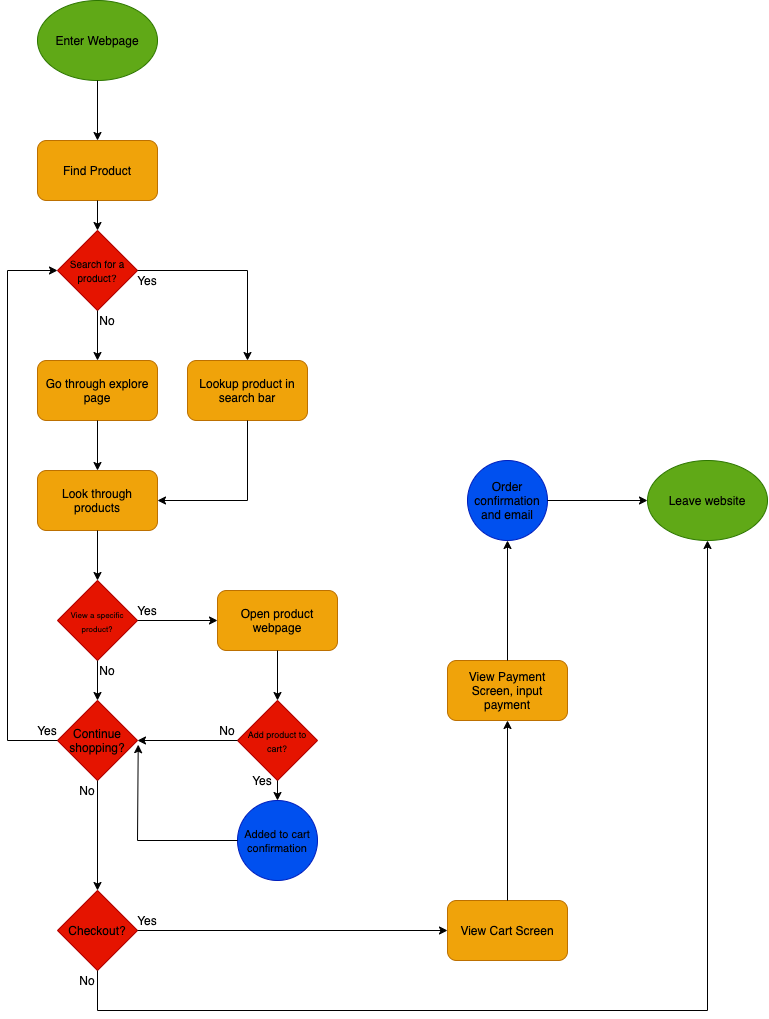
Above: part2/part2.drawio.png in anuragasthana/cse110-lab4 (draw.io), before the change. Source tidied: cells renumbered, new cells last; positions are measured from the earlier drawing's top-left corner, leaving out a move shared by most shapes.
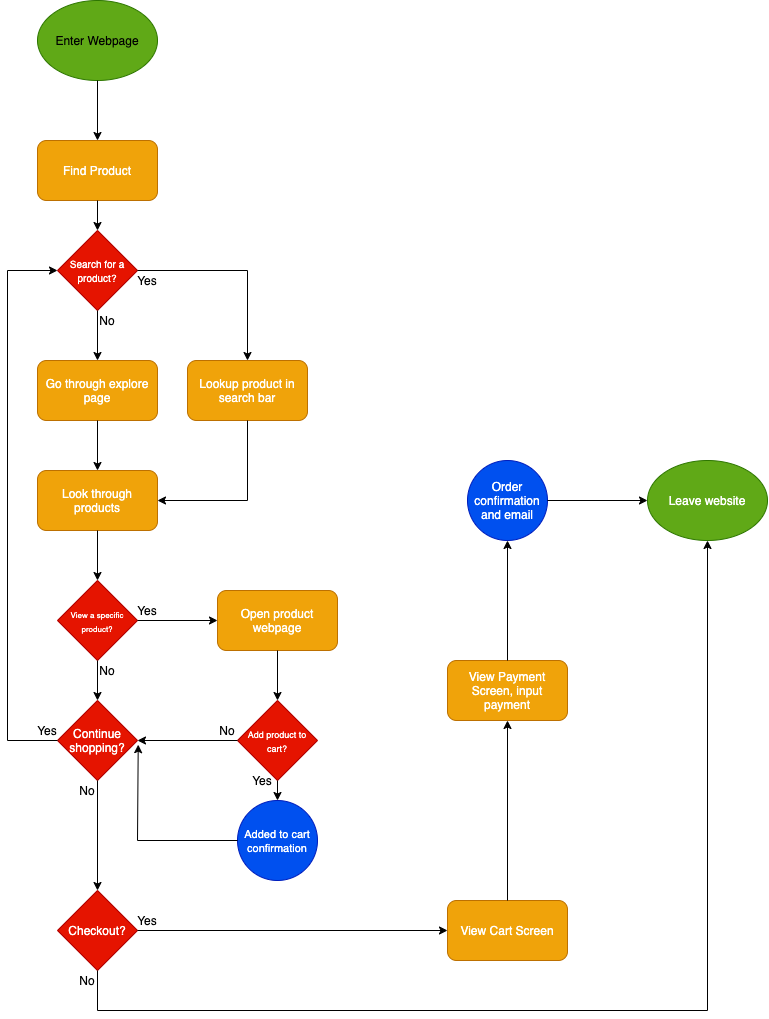
After the change.

What changed in the source:
```diff
@@ -5,81 +5,81 @@
     <mxCell id="2" value="&lt;font color=&quot;#000000&quot;&gt;Enter Webpage&lt;/font&gt;" style="ellipse;whiteSpace=wrap;html=1;fillColor=#60a917;strokeColor=#2D7600;fontColor=#ffffff;" parent="1" vertex="1">
       <mxGeometry x="30" width="120" height="80" as="geometry" />
     </mxCell>
-    <mxCell id="3" style="endArrow=classic;html=1;entryX=0.5;entryY=0;entryDx=0;entryDy=0;exitX=0.5;exitY=1;exitDx=0;exitDy=0;fontColor=#000000;" parent="1" edge="1" source="2" target="4">
+    <mxCell id="3" style="endArrow=classic;html=1;entryX=0.5;entryY=0;entryDx=0;entryDy=0;exitX=0.5;exitY=1;exitDx=0;exitDy=0;fontColor=#FFFFFF;" parent="1" edge="1" source="2" target="4">
       <mxGeometry relative="1" as="geometry" />
     </mxCell>
-    <mxCell id="4" value="Find Product" style="rounded=1;whiteSpace=wrap;html=1;fillColor=#f0a30a;strokeColor=#BD7000;fontColor=#000000;" parent="1" vertex="1">
+    <mxCell id="4" value="Find Product" style="rounded=1;whiteSpace=wrap;html=1;fillColor=#f0a30a;strokeColor=#BD7000;fontColor=#FFFFFF;" parent="1" vertex="1">
       <mxGeometry x="30" y="140" width="120" height="60" as="geometry" />
     </mxCell>
-    <mxCell id="5" value="&lt;span style=&quot;font-size: 10px&quot;&gt;Search for a product?&lt;/span&gt;" style="rhombus;whiteSpace=wrap;html=1;fillColor=#e51400;strokeColor=#B20000;fontColor=#000000;" parent="1" vertex="1">
+    <mxCell id="5" value="&lt;span style=&quot;font-size: 10px&quot;&gt;Search for a product?&lt;/span&gt;" style="rhombus;whiteSpace=wrap;html=1;fillColor=#e51400;strokeColor=#B20000;fontColor=#FFFFFF;" parent="1" vertex="1">
       <mxGeometry x="50" y="230" width="80" height="80" as="geometry" />
     </mxCell>
-    <mxCell id="6" style="endArrow=classic;html=1;exitX=0.5;exitY=1;exitDx=0;exitDy=0;entryX=0.5;entryY=0;entryDx=0;entryDy=0;fontColor=#000000;" parent="1" edge="1" source="4" target="5">
+    <mxCell id="6" style="endArrow=classic;html=1;exitX=0.5;exitY=1;exitDx=0;exitDy=0;entryX=0.5;entryY=0;entryDx=0;entryDy=0;fontColor=#FFFFFF;" parent="1" edge="1" source="4" target="5">
       <mxGeometry relative="1" as="geometry" />
     </mxCell>
-    <mxCell id="7" value="Go through explore page" style="rounded=1;whiteSpace=wrap;html=1;fillColor=#f0a30a;strokeColor=#BD7000;fontColor=#000000;" parent="1" vertex="1">
+    <mxCell id="7" value="Go through explore page" style="rounded=1;whiteSpace=wrap;html=1;fillColor=#f0a30a;strokeColor=#BD7000;fontColor=#FFFFFF;" parent="1" vertex="1">
       <mxGeometry x="30" y="360" width="120" height="60" as="geometry" />
     </mxCell>
-    <mxCell id="8" style="endArrow=classic;html=1;exitX=0.5;exitY=1;exitDx=0;exitDy=0;entryX=0.5;entryY=0;entryDx=0;entryDy=0;fontColor=#000000;" parent="1" edge="1" source="5" target="7">
+    <mxCell id="8" style="endArrow=classic;html=1;exitX=0.5;exitY=1;exitDx=0;exitDy=0;entryX=0.5;entryY=0;entryDx=0;entryDy=0;fontColor=#FFFFFF;" parent="1" edge="1" source="5" target="7">
       <mxGeometry relative="1" as="geometry" />
     </mxCell>
-    <mxCell id="9" value="No" style="text;html=1;strokeColor=none;fillColor=none;align=center;verticalAlign=middle;whiteSpace=wrap;rounded=0;fontColor=#000000;" parent="1" vertex="1">
+    <mxCell id="9" value="&lt;font color=&quot;#000000&quot;&gt;No&lt;/font&gt;" style="text;html=1;strokeColor=none;fillColor=none;align=center;verticalAlign=middle;whiteSpace=wrap;rounded=0;fontColor=#FFFFFF;" parent="1" vertex="1">
       <mxGeometry x="80" y="310" width="40" height="20" as="geometry" />
     </mxCell>
-    <mxCell id="10" value="Lookup product in search bar" style="rounded=1;whiteSpace=wrap;html=1;fillColor=#f0a30a;strokeColor=#BD7000;fontColor=#000000;" parent="1" vertex="1">
+    <mxCell id="10" value="Lookup product in search bar" style="rounded=1;whiteSpace=wrap;html=1;fillColor=#f0a30a;strokeColor=#BD7000;fontColor=#FFFFFF;" parent="1" vertex="1">
       <mxGeometry x="180" y="360" width="120" height="60" as="geometry" />
     </mxCell>
-    <mxCell id="11" style="endArrow=classic;html=1;entryX=0.5;entryY=0;entryDx=0;entryDy=0;fontColor=#000000;" parent="1" edge="1" target="10">
+    <mxCell id="11" style="endArrow=classic;html=1;entryX=0.5;entryY=0;entryDx=0;entryDy=0;fontColor=#FFFFFF;" parent="1" edge="1" target="10">
       <mxGeometry relative="1" as="geometry">
         <mxPoint x="240" y="270" as="sourcePoint" />
       </mxGeometry>
     </mxCell>
-    <mxCell id="12" style="endArrow=none;html=1;exitX=1;exitY=0.5;exitDx=0;exitDy=0;fontColor=#000000;" parent="1" edge="1" source="5">
+    <mxCell id="12" style="endArrow=none;html=1;exitX=1;exitY=0.5;exitDx=0;exitDy=0;fontColor=#FFFFFF;" parent="1" edge="1" source="5">
       <mxGeometry relative="1" as="geometry">
         <mxPoint x="240" y="270" as="targetPoint" />
       </mxGeometry>
     </mxCell>
-    <mxCell id="13" value="Yes" style="text;html=1;strokeColor=none;fillColor=none;align=center;verticalAlign=middle;whiteSpace=wrap;rounded=0;fontColor=#000000;" parent="1" vertex="1">
+    <mxCell id="13" value="&lt;font color=&quot;#000000&quot;&gt;Yes&lt;/font&gt;" style="text;html=1;strokeColor=none;fillColor=none;align=center;verticalAlign=middle;whiteSpace=wrap;rounded=0;fontColor=#FFFFFF;" parent="1" vertex="1">
       <mxGeometry x="120" y="270" width="40" height="20" as="geometry" />
     </mxCell>
-    <mxCell id="14" value="Look through products" style="rounded=1;whiteSpace=wrap;html=1;fillColor=#f0a30a;strokeColor=#BD7000;fontColor=#000000;" parent="1" vertex="1">
+    <mxCell id="14" value="Look through products" style="rounded=1;whiteSpace=wrap;html=1;fillColor=#f0a30a;strokeColor=#BD7000;fontColor=#FFFFFF;" parent="1" vertex="1">
       <mxGeometry x="30" y="470" width="120" height="60" as="geometry" />
     </mxCell>
-    <mxCell id="15" style="endArrow=classic;html=1;exitX=0.5;exitY=1;exitDx=0;exitDy=0;entryX=0.5;entryY=0;entryDx=0;entryDy=0;fontColor=#000000;" parent="1" edge="1" source="7" target="14">
+    <mxCell id="15" style="endArrow=classic;html=1;exitX=0.5;exitY=1;exitDx=0;exitDy=0;entryX=0.5;entryY=0;entryDx=0;entryDy=0;fontColor=#FFFFFF;" parent="1" edge="1" source="7" target="14">
       <mxGeometry relative="1" as="geometry" />
     </mxCell>
-    <mxCell id="16" style="endArrow=classic;html=1;entryX=1;entryY=0.5;entryDx=0;entryDy=0;fontColor=#000000;" parent="1" edge="1" target="14">
+    <mxCell id="16" style="endArrow=classic;html=1;entryX=1;entryY=0.5;entryDx=0;entryDy=0;fontColor=#FFFFFF;" parent="1" edge="1" target="14">
       <mxGeometry relative="1" as="geometry">
         <mxPoint x="240" y="500" as="sourcePoint" />
       </mxGeometry>
     </mxCell>
-    <mxCell id="17" style="endArrow=none;html=1;entryX=0.5;entryY=1;entryDx=0;entryDy=0;fontColor=#000000;" parent="1" edge="1" target="10">
+    <mxCell id="17" style="endArrow=none;html=1;entryX=0.5;entryY=1;entryDx=0;entryDy=0;fontColor=#FFFFFF;" parent="1" edge="1" target="10">
       <mxGeometry relative="1" as="geometry">
         <mxPoint x="240" y="500" as="sourcePoint" />
       </mxGeometry>
     </mxCell>
-    <mxCell id="18" value="&lt;font style=&quot;font-size: 8px&quot;&gt;View a specific product?&lt;/font&gt;" style="rhombus;whiteSpace=wrap;html=1;fillColor=#e51400;strokeColor=#B20000;fontColor=#000000;" parent="1" vertex="1">
+    <mxCell id="18" value="&lt;font style=&quot;font-size: 8px&quot;&gt;View a specific product?&lt;/font&gt;" style="rhombus;whiteSpace=wrap;html=1;fillColor=#e51400;strokeColor=#B20000;fontColor=#FFFFFF;" parent="1" vertex="1">
       <mxGeometry x="50" y="580" width="80" height="80" as="geometry" />
     </mxCell>
-    <mxCell id="19" style="endArrow=classic;html=1;exitX=0.5;exitY=1;exitDx=0;exitDy=0;entryX=0.5;entryY=0;entryDx=0;entryDy=0;fontColor=#000000;" parent="1" edge="1" source="14" target="18">
+    <mxCell id="19" style="endArrow=classic;html=1;exitX=0.5;exitY=1;exitDx=0;exitDy=0;entryX=0.5;entryY=0;entryDx=0;entryDy=0;fontColor=#FFFFFF;" parent="1" edge="1" source="14" target="18">
       <mxGeometry relative="1" as="geometry" />
     </mxCell>
-    <mxCell id="20" value="Continue shopping?" style="rhombus;whiteSpace=wrap;html=1;fillColor=#e51400;strokeColor=#B20000;fontColor=#000000;" parent="1" vertex="1">
+    <mxCell id="20" value="Continue shopping?" style="rhombus;whiteSpace=wrap;html=1;fillColor=#e51400;strokeColor=#B20000;fontColor=#FFFFFF;" parent="1" vertex="1">
       <mxGeometry x="50" y="700" width="80" height="80" as="geometry" />
     </mxCell>
-    <mxCell id="21" style="endArrow=classic;html=1;exitX=0.5;exitY=1;exitDx=0;exitDy=0;entryX=0.5;entryY=0;entryDx=0;entryDy=0;fontColor=#000000;" parent="1" edge="1" source="18" target="20">
+    <mxCell id="21" style="endArrow=classic;html=1;exitX=0.5;exitY=1;exitDx=0;exitDy=0;entryX=0.5;entryY=0;entryDx=0;entryDy=0;fontColor=#FFFFFF;" parent="1" edge="1" source="18" target="20">
       <mxGeometry relative="1" as="geometry" />
     </mxCell>
-    <mxCell id="22" value="No" style="text;html=1;strokeColor=none;fillColor=none;align=center;verticalAlign=middle;whiteSpace=wrap;rounded=0;fontColor=#000000;" parent="1" vertex="1">
+    <mxCell id="22" value="&lt;font color=&quot;#000000&quot;&gt;No&lt;/font&gt;" style="text;html=1;strokeColor=none;fillColor=none;align=center;verticalAlign=middle;whiteSpace=wrap;rounded=0;fontColor=#FFFFFF;" parent="1" vertex="1">
       <mxGeometry x="80" y="660" width="40" height="20" as="geometry" />
     </mxCell>
-    <mxCell id="23" style="endArrow=none;html=1;fontColor=#000000;" parent="1" edge="1">
+    <mxCell id="23" style="endArrow=none;html=1;fontColor=#FFFFFF;" parent="1" edge="1">
       <mxGeometry relative="1" as="geometry">
         <mxPoint y="270" as="sourcePoint" />
         <mxPoint y="740" as="targetPoint" />
       </mxGeometry>
     </mxCell>
-    <mxCell id="24" style="endArrow=none;html=1;entryX=0;entryY=0.5;entryDx=0;entryDy=0;fontColor=#000000;" parent="1" edge="1" target="20">
+    <mxCell id="24" style="endArrow=none;html=1;entryX=0;entryY=0.5;entryDx=0;entryDy=0;fontColor=#FFFFFF;" parent="1" edge="1" target="20">
       <mxGeometry relative="1" as="geometry">
         <mxPoint y="740" as="sourcePoint" />
       </mxGeometry>
@@ -87,75 +87,75 @@
     <mxCell id="25" value="Yes" style="text;html=1;strokeColor=none;fillColor=none;align=center;verticalAlign=middle;whiteSpace=wrap;rounded=0;fontColor=#000000;" parent="1" vertex="1">
       <mxGeometry x="20" y="720" width="40" height="20" as="geometry" />
     </mxCell>
-    <mxCell id="26" value="Open product webpage" style="rounded=1;whiteSpace=wrap;html=1;fillColor=#f0a30a;strokeColor=#BD7000;fontColor=#000000;" parent="1" vertex="1">
+    <mxCell id="26" value="Open product webpage" style="rounded=1;whiteSpace=wrap;html=1;fillColor=#f0a30a;strokeColor=#BD7000;fontColor=#FFFFFF;" parent="1" vertex="1">
       <mxGeometry x="210" y="590" width="120" height="60" as="geometry" />
     </mxCell>
-    <mxCell id="27" style="endArrow=classic;html=1;exitX=1;exitY=0.5;exitDx=0;exitDy=0;entryX=0;entryY=0.5;entryDx=0;entryDy=0;fontColor=#000000;" parent="1" edge="1" source="18" target="26">
+    <mxCell id="27" style="endArrow=classic;html=1;exitX=1;exitY=0.5;exitDx=0;exitDy=0;entryX=0;entryY=0.5;entryDx=0;entryDy=0;fontColor=#FFFFFF;" parent="1" edge="1" source="18" target="26">
       <mxGeometry relative="1" as="geometry" />
     </mxCell>
     <mxCell id="28" value="Yes" style="text;html=1;strokeColor=none;fillColor=none;align=center;verticalAlign=middle;whiteSpace=wrap;rounded=0;fontColor=#000000;" parent="1" vertex="1">
       <mxGeometry x="120" y="600" width="40" height="20" as="geometry" />
     </mxCell>
-    <mxCell id="29" style="endArrow=classic;html=1;exitX=0.5;exitY=1;exitDx=0;exitDy=0;fontColor=#000000;" parent="1" edge="1" source="26" target="30">
+    <mxCell id="29" style="endArrow=classic;html=1;exitX=0.5;exitY=1;exitDx=0;exitDy=0;fontColor=#FFFFFF;" parent="1" edge="1" source="26" target="30">
       <mxGeometry relative="1" as="geometry" />
     </mxCell>
-    <mxCell id="30" value="&lt;font style=&quot;font-size: 9px&quot;&gt;Add product to cart?&lt;/font&gt;" style="rhombus;whiteSpace=wrap;html=1;fillColor=#e51400;strokeColor=#B20000;fontColor=#000000;" parent="1" vertex="1">
+    <mxCell id="30" value="&lt;font style=&quot;font-size: 9px&quot;&gt;Add product to cart?&lt;/font&gt;" style="rhombus;whiteSpace=wrap;html=1;fillColor=#e51400;strokeColor=#B20000;fontColor=#FFFFFF;" parent="1" vertex="1">
       <mxGeometry x="230" y="700" width="80" height="80" as="geometry" />
     </mxCell>
-    <mxCell id="31" style="endArrow=classic;html=1;entryX=0;entryY=0.5;entryDx=0;entryDy=0;fontColor=#000000;" parent="1" edge="1" target="5">
+    <mxCell id="31" style="endArrow=classic;html=1;entryX=0;entryY=0.5;entryDx=0;entryDy=0;fontColor=#FFFFFF;" parent="1" edge="1" target="5">
       <mxGeometry relative="1" as="geometry">
         <mxPoint y="270" as="sourcePoint" />
       </mxGeometry>
     </mxCell>
-    <mxCell id="32" style="endArrow=classic;html=1;exitX=0;exitY=0.5;exitDx=0;exitDy=0;entryX=1;entryY=0.5;entryDx=0;entryDy=0;fontColor=#000000;" parent="1" edge="1" source="30" target="20">
+    <mxCell id="32" style="endArrow=classic;html=1;exitX=0;exitY=0.5;exitDx=0;exitDy=0;entryX=1;entryY=0.5;entryDx=0;entryDy=0;fontColor=#FFFFFF;" parent="1" edge="1" source="30" target="20">
       <mxGeometry relative="1" as="geometry" />
     </mxCell>
     <mxCell id="33" value="No" style="text;html=1;strokeColor=none;fillColor=none;align=center;verticalAlign=middle;whiteSpace=wrap;rounded=0;fontColor=#000000;" parent="1" vertex="1">
       <mxGeometry x="200" y="720" width="40" height="20" as="geometry" />
     </mxCell>
-    <mxCell id="34" value="&lt;font style=&quot;font-size: 11px&quot;&gt;Added to cart confirmation&lt;/font&gt;" style="ellipse;whiteSpace=wrap;html=1;fillColor=#0050ef;strokeColor=#001DBC;fontColor=#000000;" parent="1" vertex="1">
+    <mxCell id="34" value="&lt;font style=&quot;font-size: 11px&quot;&gt;Added to cart confirmation&lt;/font&gt;" style="ellipse;whiteSpace=wrap;html=1;fillColor=#0050ef;strokeColor=#001DBC;fontColor=#FFFFFF;" parent="1" vertex="1">
       <mxGeometry x="230" y="800" width="80" height="80" as="geometry" />
     </mxCell>
-    <mxCell id="35" style="endArrow=classic;html=1;exitX=0.5;exitY=1;exitDx=0;exitDy=0;entryX=0.5;entryY=0;entryDx=0;entryDy=0;fontColor=#000000;" parent="1" edge="1" source="30" target="34">
+    <mxCell id="35" style="endArrow=classic;html=1;exitX=0.5;exitY=1;exitDx=0;exitDy=0;entryX=0.5;entryY=0;entryDx=0;entryDy=0;fontColor=#FFFFFF;" parent="1" edge="1" source="30" target="34">
       <mxGeometry relative="1" as="geometry" />
     </mxCell>
     <mxCell id="36" value="Yes" style="text;html=1;strokeColor=none;fillColor=none;align=center;verticalAlign=middle;whiteSpace=wrap;rounded=0;fontColor=#000000;" parent="1" vertex="1">
       <mxGeometry x="235" y="770" width="40" height="20" as="geometry" />
     </mxCell>
-    <mxCell id="37" style="endArrow=none;html=1;entryX=0;entryY=0.5;entryDx=0;entryDy=0;fontColor=#000000;" parent="1" edge="1" target="34">
+    <mxCell id="37" style="endArrow=none;html=1;entryX=0;entryY=0.5;entryDx=0;entryDy=0;fontColor=#FFFFFF;" parent="1" edge="1" target="34">
       <mxGeometry relative="1" as="geometry">
         <mxPoint x="130" y="840" as="sourcePoint" />
       </mxGeometry>
     </mxCell>
-    <mxCell id="38" style="endArrow=classic;html=1;entryX=1.009;entryY=0.552;entryDx=0;entryDy=0;entryPerimeter=0;fontColor=#000000;" parent="1" edge="1" target="20">
+    <mxCell id="38" style="endArrow=classic;html=1;entryX=1.009;entryY=0.552;entryDx=0;entryDy=0;entryPerimeter=0;fontColor=#FFFFFF;" parent="1" edge="1" target="20">
       <mxGeometry relative="1" as="geometry">
         <mxPoint x="130" y="840" as="sourcePoint" />
       </mxGeometry>
     </mxCell>
-    <mxCell id="39" value="Checkout?" style="rhombus;whiteSpace=wrap;html=1;fillColor=#e51400;strokeColor=#B20000;fontColor=#000000;" parent="1" vertex="1">
+    <mxCell id="39" value="Checkout?" style="rhombus;whiteSpace=wrap;html=1;fillColor=#e51400;strokeColor=#B20000;fontColor=#FFFFFF;" parent="1" vertex="1">
       <mxGeometry x="50" y="890" width="80" height="80" as="geometry" />
     </mxCell>
-    <mxCell id="40" style="endArrow=classic;html=1;exitX=0.75;exitY=0;exitDx=0;exitDy=0;entryX=0.5;entryY=0;entryDx=0;entryDy=0;fontColor=#000000;" parent="1" edge="1" source="41" target="39">
+    <mxCell id="40" style="endArrow=classic;html=1;exitX=0.75;exitY=0;exitDx=0;exitDy=0;entryX=0.5;entryY=0;entryDx=0;entryDy=0;fontColor=#FFFFFF;" parent="1" edge="1" source="41" target="39">
       <mxGeometry relative="1" as="geometry" />
     </mxCell>
     <mxCell id="41" value="No" style="text;html=1;strokeColor=none;fillColor=none;align=center;verticalAlign=middle;whiteSpace=wrap;rounded=0;fontColor=#000000;" parent="1" vertex="1">
       <mxGeometry x="60" y="780" width="40" height="20" as="geometry" />
     </mxCell>
-    <mxCell id="42" value="Leave website" style="ellipse;whiteSpace=wrap;html=1;fillColor=#60a917;strokeColor=#2D7600;fontColor=#000000;" parent="1" vertex="1">
+    <mxCell id="42" value="Leave website" style="ellipse;whiteSpace=wrap;html=1;fillColor=#60a917;strokeColor=#2D7600;fontColor=#FFFFFF;" parent="1" vertex="1">
       <mxGeometry x="640" y="460" width="120" height="80" as="geometry" />
     </mxCell>
-    <mxCell id="43" style="endArrow=classic;html=1;entryX=0.5;entryY=1;entryDx=0;entryDy=0;fontColor=#000000;" parent="1" edge="1" target="42">
+    <mxCell id="43" style="endArrow=classic;html=1;entryX=0.5;entryY=1;entryDx=0;entryDy=0;fontColor=#FFFFFF;" parent="1" edge="1" target="42">
       <mxGeometry relative="1" as="geometry">
         <mxPoint x="700" y="1010" as="sourcePoint" />
       </mxGeometry>
     </mxCell>
-    <mxCell id="44" style="endArrow=none;html=1;fontColor=#000000;" parent="1" edge="1">
+    <mxCell id="44" style="endArrow=none;html=1;fontColor=#FFFFFF;" parent="1" edge="1">
       <mxGeometry relative="1" as="geometry">
         <mxPoint x="90" y="1010" as="sourcePoint" />
         <mxPoint x="700" y="1010" as="targetPoint" />
       </mxGeometry>
     </mxCell>
-    <mxCell id="45" style="endArrow=none;html=1;exitX=0.5;exitY=1;exitDx=0;exitDy=0;fontColor=#000000;" parent="1" edge="1" source="39">
+    <mxCell id="45" style="endArrow=none;html=1;exitX=0.5;exitY=1;exitDx=0;exitDy=0;fontColor=#FFFFFF;" parent="1" edge="1" source="39">
       <mxGeometry relative="1" as="geometry">
         <mxPoint x="90" y="1010" as="targetPoint" />
       </mxGeometry>
@@ -163,25 +163,25 @@
     <mxCell id="46" value="No" style="text;html=1;strokeColor=none;fillColor=none;align=center;verticalAlign=middle;whiteSpace=wrap;rounded=0;fontColor=#000000;" parent="1" vertex="1">
       <mxGeometry x="60" y="970" width="40" height="20" as="geometry" />
     </mxCell>
-    <mxCell id="47" value="View Cart Screen" style="rounded=1;whiteSpace=wrap;html=1;fillColor=#f0a30a;strokeColor=#BD7000;fontColor=#000000;" parent="1" vertex="1">
+    <mxCell id="47" value="View Cart Screen" style="rounded=1;whiteSpace=wrap;html=1;fillColor=#f0a30a;strokeColor=#BD7000;fontColor=#FFFFFF;" parent="1" vertex="1">
       <mxGeometry x="440" y="900" width="120" height="60" as="geometry" />
     </mxCell>
-    <mxCell id="48" style="endArrow=classic;html=1;exitX=1;exitY=0.5;exitDx=0;exitDy=0;entryX=0;entryY=0.5;entryDx=0;entryDy=0;fontColor=#000000;" parent="1" edge="1" source="39" target="47">
+    <mxCell id="48" style="endArrow=classic;html=1;exitX=1;exitY=0.5;exitDx=0;exitDy=0;entryX=0;entryY=0.5;entryDx=0;entryDy=0;fontColor=#FFFFFF;" parent="1" edge="1" source="39" target="47">
       <mxGeometry relative="1" as="geometry" />
     </mxCell>
-    <mxCell id="49" value="View Payment Screen, input payment" style="rounded=1;whiteSpace=wrap;html=1;fillColor=#f0a30a;strokeColor=#BD7000;fontColor=#000000;" parent="1" vertex="1">
+    <mxCell id="49" value="View Payment Screen, input payment" style="rounded=1;whiteSpace=wrap;html=1;fillColor=#f0a30a;strokeColor=#BD7000;fontColor=#FFFFFF;" parent="1" vertex="1">
       <mxGeometry x="440" y="660" width="120" height="60" as="geometry" />
     </mxCell>
-    <mxCell id="50" style="endArrow=classic;html=1;exitX=0.5;exitY=0;exitDx=0;exitDy=0;entryX=0.5;entryY=1;entryDx=0;entryDy=0;fontColor=#000000;" parent="1" edge="1" source="47" target="49">
+    <mxCell id="50" style="endArrow=classic;html=1;exitX=0.5;exitY=0;exitDx=0;exitDy=0;entryX=0.5;entryY=1;entryDx=0;entryDy=0;fontColor=#FFFFFF;" parent="1" edge="1" source="47" target="49">
       <mxGeometry relative="1" as="geometry" />
     </mxCell>
-    <mxCell id="51" value="Order confirmation and email" style="ellipse;whiteSpace=wrap;html=1;fillColor=#0050ef;strokeColor=#001DBC;fontColor=#000000;" parent="1" vertex="1">
+    <mxCell id="51" value="Order confirmation and email" style="ellipse;whiteSpace=wrap;html=1;fillColor=#0050ef;strokeColor=#001DBC;fontColor=#FFFFFF;" parent="1" vertex="1">
       <mxGeometry x="460" y="460" width="80" height="80" as="geometry" />
     </mxCell>
-    <mxCell id="52" style="endArrow=classic;html=1;exitX=0.5;exitY=0;exitDx=0;exitDy=0;entryX=0.5;entryY=1;entryDx=0;entryDy=0;fontColor=#000000;" parent="1" edge="1" source="49" target="51">
+    <mxCell id="52" style="endArrow=classic;html=1;exitX=0.5;exitY=0;exitDx=0;exitDy=0;entryX=0.5;entryY=1;entryDx=0;entryDy=0;fontColor=#FFFFFF;" parent="1" edge="1" source="49" target="51">
       <mxGeometry relative="1" as="geometry" />
     </mxCell>
-    <mxCell id="53" style="endArrow=classic;html=1;entryX=0;entryY=0.5;entryDx=0;entryDy=0;exitX=1;exitY=0.5;exitDx=0;exitDy=0;fontColor=#000000;" parent="1" edge="1" source="51" target="42">
+    <mxCell id="53" style="endArrow=classic;html=1;entryX=0;entryY=0.5;entryDx=0;entryDy=0;exitX=1;exitY=0.5;exitDx=0;exitDy=0;fontColor=#FFFFFF;" parent="1" edge="1" source="51" target="42">
       <mxGeometry relative="1" as="geometry" />
     </mxCell>
     <mxCell id="54" value="Yes" style="text;html=1;strokeColor=none;fillColor=none;align=center;verticalAlign=middle;whiteSpace=wrap;rounded=0;fontColor=#000000;" parent="1" vertex="1">
```
